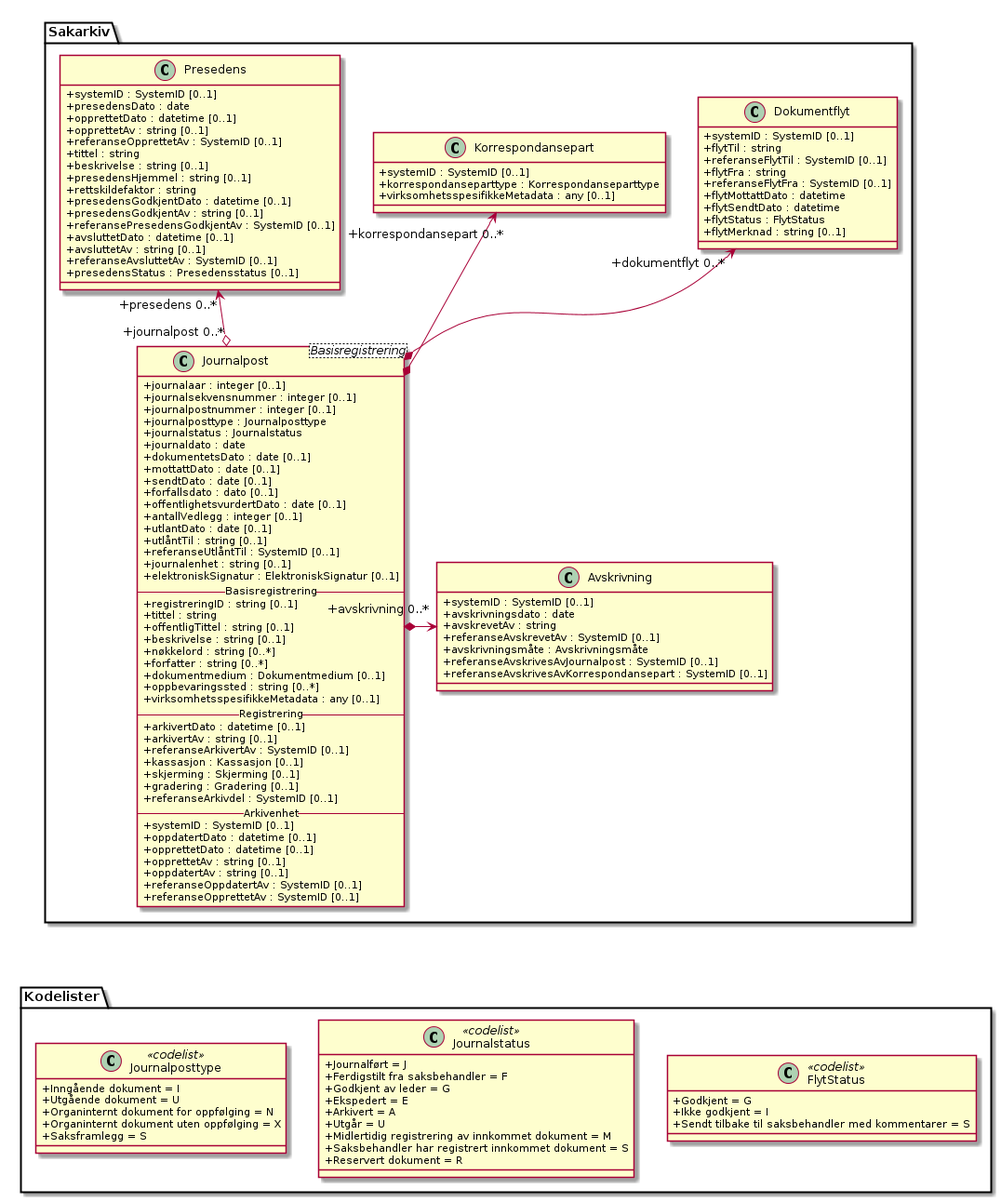
Earlier version of the PlantUML export kapitler/media/uml-journalpost.png (arkivverket/noark5-tjenestegrensesnitt-standard). The source it was exported from:
```plantuml
@startuml
skinparam classAttributeIconSize 0
class Sakarkiv.Journalpost <Basisregistrering> {
  +journalaar : integer [0..1]
  +journalsekvensnummer : integer [0..1]
  +journalpostnummer : integer [0..1]
  +journalposttype : Journalposttype
  +journalstatus : Journalstatus
  +journaldato : date
  +dokumentetsDato : date [0..1]
  +mottattDato : date [0..1]
  +sendtDato : date [0..1]
  +forfallsdato : dato [0..1]
  +offentlighetsvurdertDato : date [0..1]
  +antallVedlegg : integer [0..1]
  +utlantDato : date [0..1]
  +utlåntTil : string [0..1]
  +referanseUtlåntTil : SystemID [0..1]
  +journalenhet : string [0..1]
  +elektroniskSignatur : ElektroniskSignatur [0..1]

  -- Basisregistrering --
  +registreringID : string [0..1]
  +tittel : string
  +offentligTittel : string [0..1]
  +beskrivelse : string [0..1]
  +nøkkelord : string [0..*]
  +forfatter : string [0..*]
  +dokumentmedium : Dokumentmedium [0..1]
  +oppbevaringssted : string [0..*]
  +virksomhetsspesifikkeMetadata : any [0..1]

  -- Registrering --
  +arkivertDato : datetime [0..1]
  +arkivertAv : string [0..1]
  +referanseArkivertAv : SystemID [0..1]
  +kassasjon : Kassasjon [0..1]
  +skjerming : Skjerming [0..1]
  +gradering : Gradering [0..1]
  +referanseArkivdel : SystemID [0..1]

  -- Arkivenhet --
  +systemID : SystemID [0..1]
  +oppdatertDato : datetime [0..1]
  +opprettetDato : datetime [0..1]
  +opprettetAv : string [0..1]
  +oppdatertAv : string [0..1]
  +referanseOppdatertAv : SystemID [0..1]
  +referanseOpprettetAv : SystemID [0..1]
}
class Sakarkiv.Korrespondansepart {
  +systemID : SystemID [0..1]
  +korrespondanseparttype : Korrespondanseparttype
  +virksomhetsspesifikkeMetadata : any [0..1]
}
class Sakarkiv.Presedens {
  +systemID : SystemID [0..1]
  +presedensDato : date
  +opprettetDato : datetime [0..1]
  +opprettetAv : string [0..1]
  +referanseOpprettetAv : SystemID [0..1]
  +tittel : string
  +beskrivelse : string [0..1]
  +presedensHjemmel : string [0..1]
  +rettskildefaktor : string
  +presedensGodkjentDato : datetime [0..1]
  +presedensGodkjentAv : string [0..1]
  +referansePresedensGodkjentAv : SystemID [0..1]
  +avsluttetDato : datetime [0..1]
  +avsluttetAv : string [0..1]
  +referanseAvsluttetAv : SystemID [0..1]
  +presedensStatus : Presedensstatus [0..1]
}
class Sakarkiv.Avskrivning {
  +systemID : SystemID [0..1]
  +avskrivningsdato : date
  +avskrevetAv : string
  +referanseAvskrevetAv : SystemID [0..1]
  +avskrivningsmåte : Avskrivningsmåte
  +referanseAvskrivesAvJournalpost : SystemID [0..1]
  +referanseAvskrivesAvKorrespondansepart : SystemID [0..1]
}
class Sakarkiv.Dokumentflyt {
  +systemID : SystemID [0..1]
  +flytTil : string
  +referanseFlytTil : SystemID [0..1]
  +flytFra : string
  +referanseFlytFra : SystemID [0..1]
  +flytMottattDato : datetime
  +flytSendtDato : datetime
  +flytStatus : FlytStatus
  +flytMerknad : string [0..1]
}
class Kodelister.Journalposttype <<codelist>> {
  +Inngående dokument = I
  +Utgående dokument = U
  +Organinternt dokument for oppfølging = N
  +Organinternt dokument uten oppfølging = X
  +Saksframlegg = S
}
class Kodelister.Journalstatus <<codelist>> {
  +Journalført = J
  +Ferdigstilt fra saksbehandler = F
  +Godkjent av leder = G
  +Ekspedert = E
  +Arkivert = A
  +Utgår = U
  +Midlertidig registrering av innkommet dokument = M
  +Saksbehandler har registrert innkommet dokument = S
  +Reservert dokument = R
}
class Kodelister.FlytStatus <<codelist>> {
  +Godkjent = G
  +Ikke godkjent = I
  +Sendt tilbake til saksbehandler med kommentarer = S
}

Kodelister.FlytStatus <-[hidden]-- Sakarkiv.Dokumentflyt
Sakarkiv.Dokumentflyt "+dokumentflyt 0..*" <--* Sakarkiv.Journalpost
Sakarkiv.Korrespondansepart "+korrespondansepart 0..*" <--* Sakarkiv.Journalpost
Sakarkiv.Presedens "+presedens 0..*" <--o "+journalpost 0..*" Sakarkiv.Journalpost
Sakarkiv.Journalpost *-> "+avskrivning 0..*" Sakarkiv.Avskrivning
Sakarkiv.Journalpost <-[hidden]-- Kodelister.Journalposttype
Sakarkiv.Journalpost <-[hidden]-- Kodelister.Journalstatus
@enduml
```
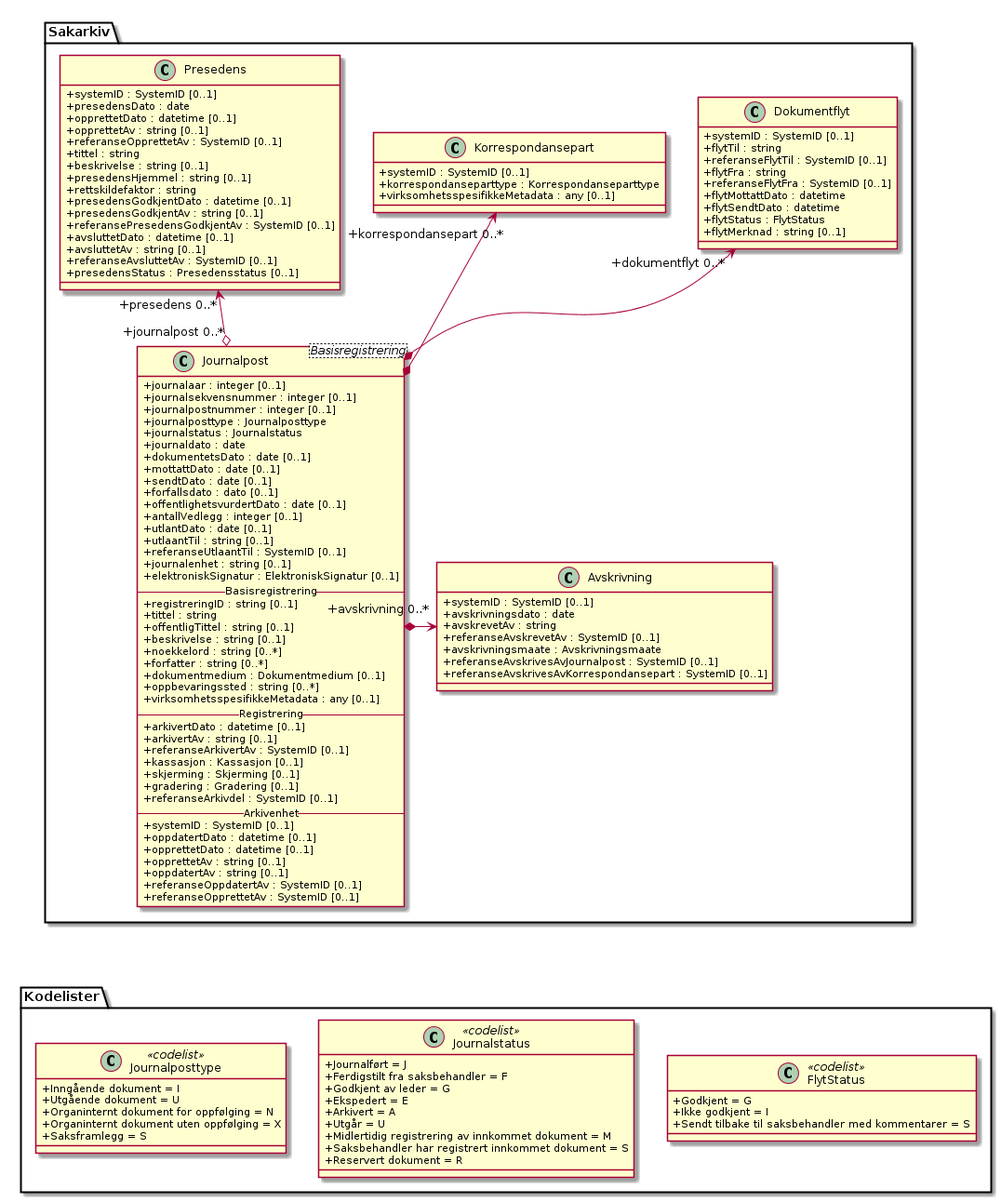
After the commit.

Change to the diagram source:
```diff
@@ -14,8 +14,8 @@
   +offentlighetsvurdertDato : date [0..1]
   +antallVedlegg : integer [0..1]
   +utlantDato : date [0..1]
-  +utlåntTil : string [0..1]
-  +referanseUtlåntTil : SystemID [0..1]
+  +utlaantTil : string [0..1]
+  +referanseUtlaantTil : SystemID [0..1]
   +journalenhet : string [0..1]
   +elektroniskSignatur : ElektroniskSignatur [0..1]
 
@@ -24,7 +24,7 @@
   +tittel : string
   +offentligTittel : string [0..1]
   +beskrivelse : string [0..1]
-  +nøkkelord : string [0..*]
+  +noekkelord : string [0..*]
   +forfatter : string [0..*]
   +dokumentmedium : Dokumentmedium [0..1]
   +oppbevaringssted : string [0..*]
@@ -76,7 +76,7 @@
   +avskrivningsdato : date
   +avskrevetAv : string
   +referanseAvskrevetAv : SystemID [0..1]
-  +avskrivningsmåte : Avskrivningsmåte
+  +avskrivningsmaate : Avskrivningsmaate
   +referanseAvskrivesAvJournalpost : SystemID [0..1]
   +referanseAvskrivesAvKorrespondansepart : SystemID [0..1]
 }
```
